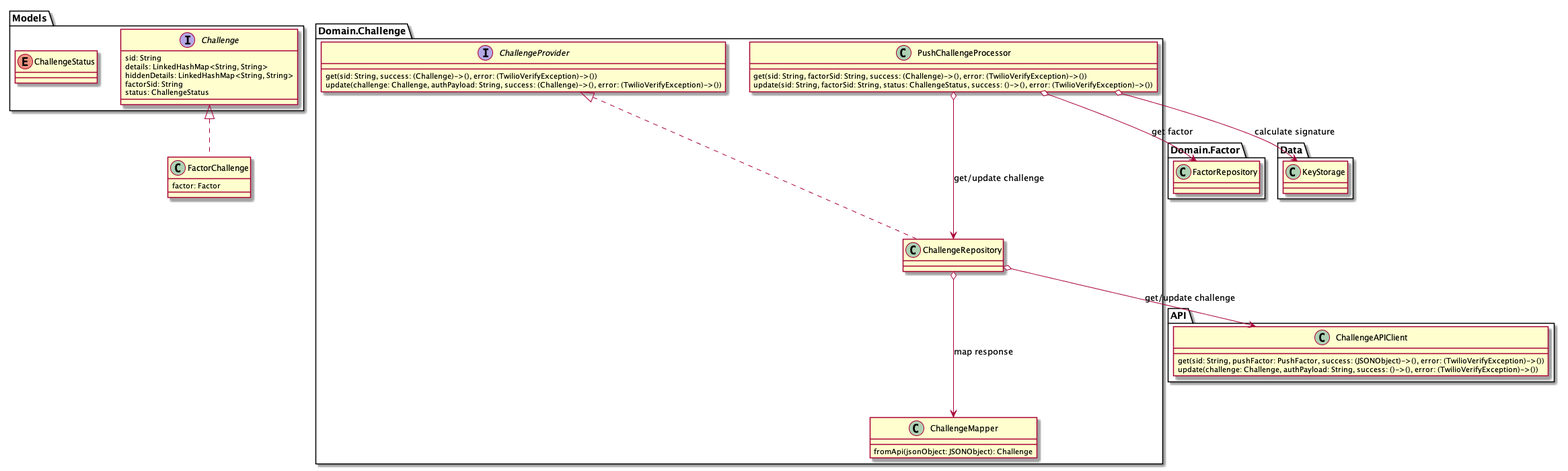
Above: diagrams/Challenge/Challenge.png in twilio/twilio-verify-android (PlantUML), before the change.
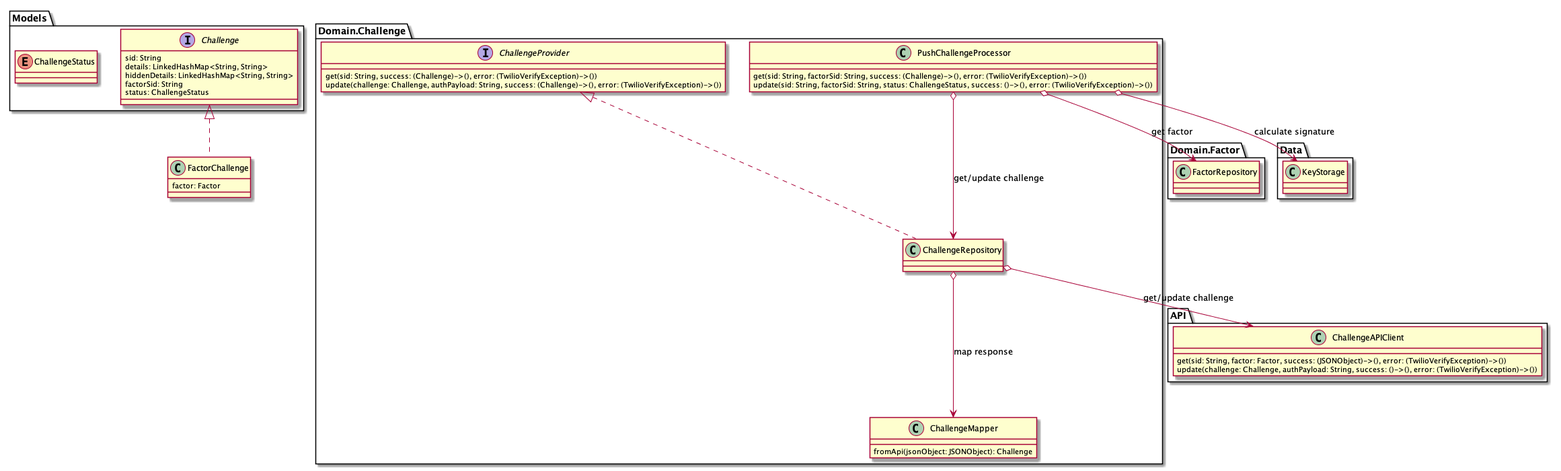
After the commit.

Change to the diagram source:
```diff
@@ -16,7 +16,7 @@
     fromApi(jsonObject: JSONObject): Challenge
 }
 class API.ChallengeAPIClient {
-    get(sid: String, pushFactor: PushFactor, success: (JSONObject)->(), error: (TwilioVerifyException)->())
+    get(sid: String, factor: Factor, success: (JSONObject)->(), error: (TwilioVerifyException)->())
     update(challenge: Challenge, authPayload: String, success: ()->(), error: (TwilioVerifyException)->())
 }
 interface Domain.Challenge.ChallengeProvider {
```
